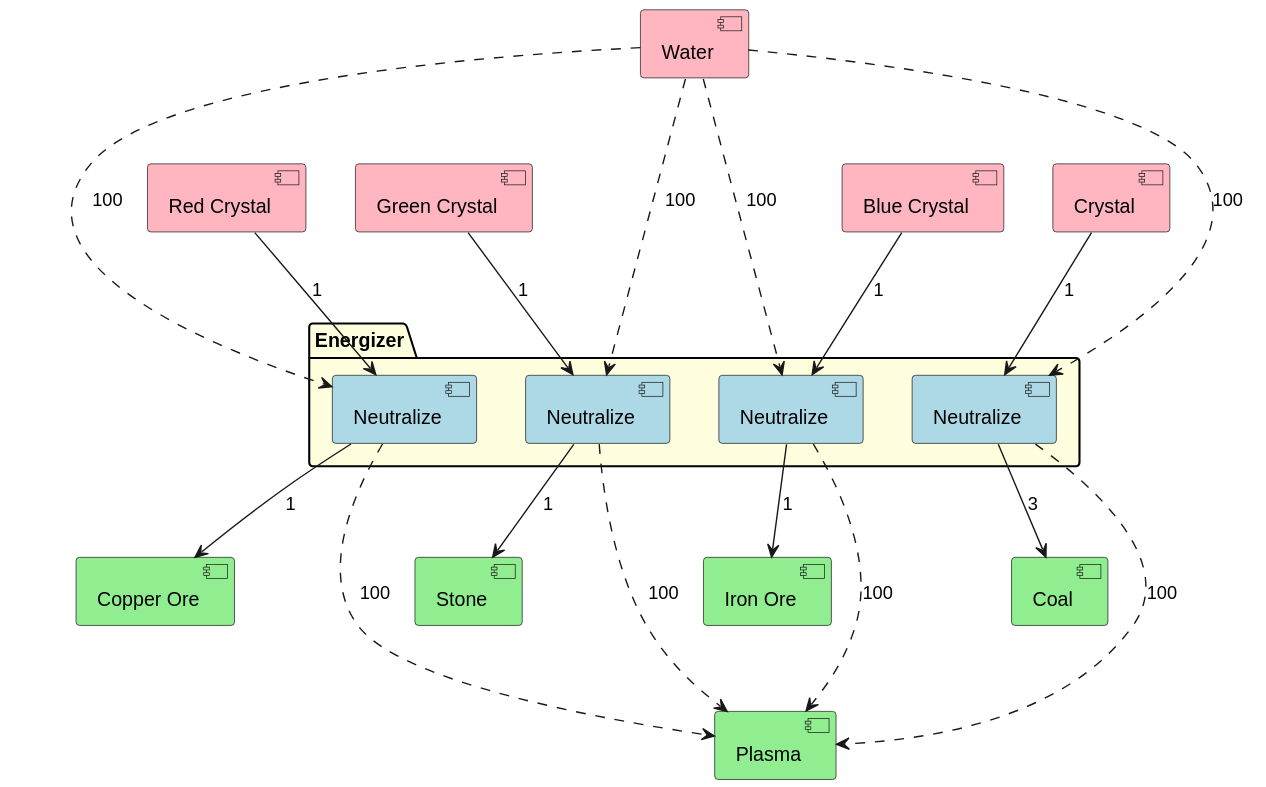
The PlantUML diagram Documentation/CreateOre.svg in Thomas-De-Praetere/CrystalMod, before a commit.
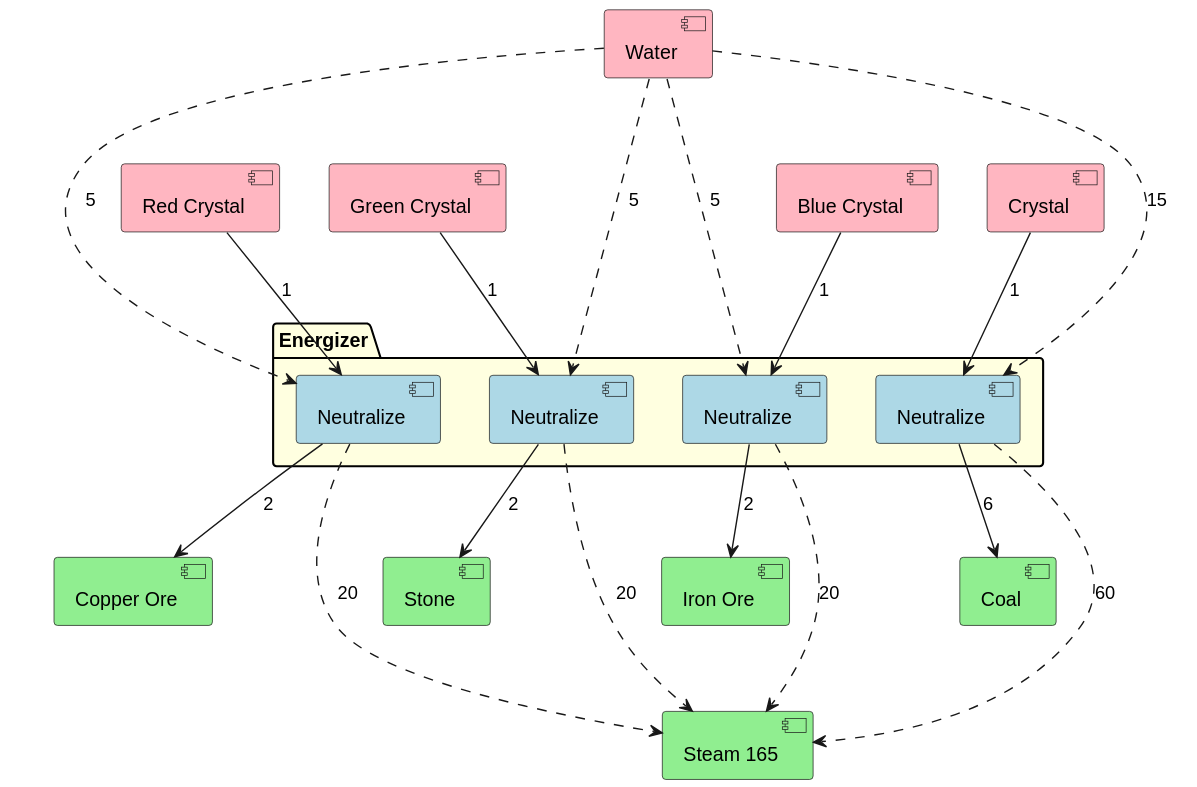
The same diagram one commit later.

Diff of the diagram source:
```diff
@@ -13,7 +13,7 @@
 [Copper Ore] as CU #lightgreen
 [Stone] as S #lightgreen
 [Coal] as Ca #lightgreen
-[Plasma] as PA #lightgreen
+[Steam 165] as PA #lightgreen
 
 package Energizer #lightyellow {
 [Neutralize] as NR #lightblue
@@ -22,25 +22,23 @@
 [Neutralize] as NC #lightblue
 }
 
-
-
 RC --> NR : 1
 GC --> NG : 1
 BC --> NB : 1
 C --> NC : 1
 
-NR --> CU : 1
-NG --> S : 1
-NB --> FE : 1
-NC --> Ca : 3
+NR --> CU : 2
+NG --> S : 2
+NB --> FE : 2
+NC --> Ca : 6
 
-NR ...> PA : 100
-NG ...> PA : 100
-NB ...> PA : 100
-NC ...> PA : 100
+NR ...> PA : 20
+NG ...> PA : 20
+NB ...> PA : 20
+NC ...> PA : 60
 
-W ...> NR : 100
-W ...> NG : 100
-W ...> NB : 100
-W ...> NC : 100
+W ...> NR : 5
+W ...> NG : 5
+W ...> NB : 5
+W ...> NC : 15
 @enduml
```
